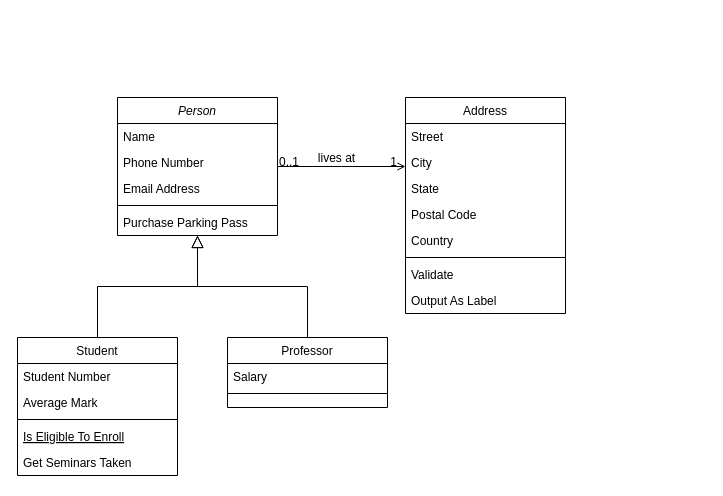
Above: DB_structure.drawio in AlyonkaB/-restaurant-kitchen-service (draw.io), before the change. Source tidied: cells renumbered, new cells numbered last; positions are measured from the earlier drawing's top-left corner, leaving out a move shared by most shapes. Both pictures are drawn from the tidied source at 100%, with x=0, y=0 at pixel (17, 97).
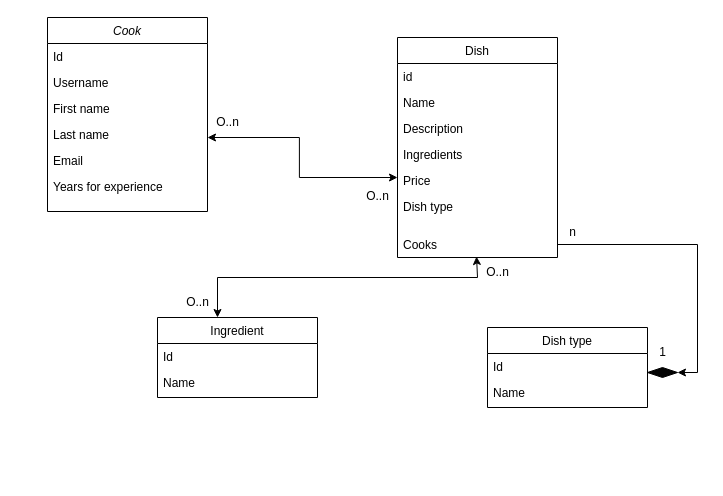
After the change.

The edit, as a diff of the source:
```diff
@@
-    <mxCell id="2" value="Person" style="swimlane;fontStyle=2;align=center;verticalAlign=top;horizontal=1;startSize=26;rounded=0;shadow=0;strokeWidth=1;" parent="1" vertex="1">
-      <mxGeometry x="100" width="160" height="138" as="geometry" />
+    <mxCell id="2" value="Cook" style="swimlane;fontStyle=2;align=center;verticalAlign=top;horizontal=1;startSize=26;rounded=0;shadow=0;strokeWidth=1;" parent="1" vertex="1">
+      <mxGeometry x="30" y="-80" width="160" height="194" as="geometry" />
     </mxCell>
-    <mxCell id="3" value="Name" style="text;align=left;verticalAlign=top;spacingLeft=4;spacingRight=4;overflow=hidden;" parent="2" vertex="1">
+    <mxCell id="3" value="Id" style="text;align=left;verticalAlign=top;spacingLeft=4;spacingRight=4;overflow=hidden;" parent="2" vertex="1">
       <mxGeometry y="26" width="160" height="26" as="geometry" />
     </mxCell>
-    <mxCell id="4" value="Phone Number" style="text;align=left;verticalAlign=top;spacingLeft=4;spacingRight=4;overflow=hidden;rounded=0;shadow=0;html=0;" parent="2" vertex="1">
+    <mxCell id="4" value="Username" style="text;align=left;verticalAlign=top;spacingLeft=4;spacingRight=4;overflow=hidden;rounded=0;shadow=0;html=0;" parent="2" vertex="1">
       <mxGeometry y="52" width="160" height="26" as="geometry" />
     </mxCell>
-    <mxCell id="5" value="Email Address" style="text;align=left;verticalAlign=top;spacingLeft=4;spacingRight=4;overflow=hidden;rounded=0;shadow=0;html=0;" parent="2" vertex="1">
+    <mxCell id="5" value="First name" style="text;align=left;verticalAlign=top;spacingLeft=4;spacingRight=4;overflow=hidden;rounded=0;shadow=0;html=0;" parent="2" vertex="1">
       <mxGeometry y="78" width="160" height="26" as="geometry" />
     </mxCell>
-    <mxCell id="6" style="line;html=1;strokeWidth=1;align=left;verticalAlign=middle;spacingTop=-1;spacingLeft=3;spacingRight=3;labelPosition=right;" parent="2" vertex="1">
-      <mxGeometry y="104" width="160" height="8" as="geometry" />
-    </mxCell>
-    <mxCell id="7" value="Purchase Parking Pass" style="text;align=left;verticalAlign=top;spacingLeft=4;spacingRight=4;overflow=hidden;" parent="2" vertex="1">
-      <mxGeometry y="112" width="160" height="26" as="geometry" />
-    </mxCell>
+    <mxCell id="32" value="Last name" style="text;align=left;verticalAlign=top;spacingLeft=4;spacingRight=4;overflow=hidden;rounded=0;shadow=0;html=0;" parent="2" vertex="1">
+      <mxGeometry y="104" width="160" height="26" as="geometry" />
+    </mxCell>
+    <mxCell id="33" value="Email" style="text;align=left;verticalAlign=top;spacingLeft=4;spacingRight=4;overflow=hidden;rounded=0;shadow=0;html=0;" parent="2" vertex="1">
+      <mxGeometry y="130" width="160" height="26" as="geometry" />
+    </mxCell>
+    <mxCell id="34" value="Years for experience" style="text;align=left;verticalAlign=top;spacingLeft=4;spacingRight=4;overflow=hidden;rounded=0;shadow=0;html=0;" parent="2" vertex="1">
+      <mxGeometry y="156" width="160" height="26" as="geometry" />
+    </mxCell>
-    <mxCell id="8" value="Student" style="swimlane;fontStyle=0;align=center;verticalAlign=top;horizontal=1;startSize=26;rounded=0;shadow=0;strokeWidth=1;" parent="1" vertex="1">
-      <mxGeometry y="240" width="160" height="138" as="geometry" />
+    <mxCell id="8" value="Ingredient" style="swimlane;fontStyle=0;align=center;verticalAlign=top;horizontal=1;startSize=26;rounded=0;shadow=0;strokeWidth=1;" parent="1" vertex="1">
+      <mxGeometry x="140" y="220" width="160" height="80" as="geometry" />
     </mxCell>
-    <mxCell id="9" value="Student Number" style="text;align=left;verticalAlign=top;spacingLeft=4;spacingRight=4;overflow=hidden;" parent="8" vertex="1">
+    <mxCell id="9" value="Id" style="text;align=left;verticalAlign=top;spacingLeft=4;spacingRight=4;overflow=hidden;" parent="8" vertex="1">
       <mxGeometry y="26" width="160" height="26" as="geometry" />
     </mxCell>
-    <mxCell id="10" value="Average Mark" style="text;align=left;verticalAlign=top;spacingLeft=4;spacingRight=4;overflow=hidden;rounded=0;shadow=0;html=0;" parent="8" vertex="1">
+    <mxCell id="10" value="Name" style="text;align=left;verticalAlign=top;spacingLeft=4;spacingRight=4;overflow=hidden;rounded=0;shadow=0;html=0;" parent="8" vertex="1">
       <mxGeometry y="52" width="160" height="26" as="geometry" />
     </mxCell>
-    <mxCell id="11" style="line;html=1;strokeWidth=1;align=left;verticalAlign=middle;spacingTop=-1;spacingLeft=3;spacingRight=3;labelPosition=right;" parent="8" vertex="1">
-      <mxGeometry y="78" width="160" height="8" as="geometry" />
-    </mxCell>
-    <mxCell id="12" value="Is Eligible To Enroll" style="text;align=left;verticalAlign=top;spacingLeft=4;spacingRight=4;overflow=hidden;fontStyle=4;" parent="8" vertex="1">
-      <mxGeometry y="86" width="160" height="26" as="geometry" />
-    </mxCell>
-    <mxCell id="13" value="Get Seminars Taken" style="text;align=left;verticalAlign=top;spacingLeft=4;spacingRight=4;overflow=hidden;" parent="8" vertex="1">
-      <mxGeometry y="112" width="160" height="26" as="geometry" />
-    </mxCell>
-    <mxCell id="14" style="endArrow=block;endSize=10;endFill=0;shadow=0;strokeWidth=1;rounded=0;curved=0;edgeStyle=elbowEdgeStyle;elbow=vertical;" parent="1" edge="1" source="8" target="2">
-      <mxGeometry relative="1" as="geometry" />
-    </mxCell>
-    <mxCell id="15" value="Professor" style="swimlane;fontStyle=0;align=center;verticalAlign=top;horizontal=1;startSize=26;rounded=0;shadow=0;strokeWidth=1;" parent="1" vertex="1">
-      <mxGeometry x="210" y="240" width="160" height="70" as="geometry" />
+    <mxCell id="15" value="Dish type" style="swimlane;fontStyle=0;align=center;verticalAlign=top;horizontal=1;startSize=26;rounded=0;shadow=0;strokeWidth=1;" parent="1" vertex="1">
+      <mxGeometry x="470" y="230" width="160" height="80" as="geometry" />
     </mxCell>
-    <mxCell id="16" value="Salary" style="text;align=left;verticalAlign=top;spacingLeft=4;spacingRight=4;overflow=hidden;" parent="15" vertex="1">
+    <mxCell id="16" value="Id" style="text;align=left;verticalAlign=top;spacingLeft=4;spacingRight=4;overflow=hidden;" parent="15" vertex="1">
       <mxGeometry y="26" width="160" height="26" as="geometry" />
     </mxCell>
-    <mxCell id="17" style="line;html=1;strokeWidth=1;align=left;verticalAlign=middle;spacingTop=-1;spacingLeft=3;spacingRight=3;labelPosition=right;" parent="15" vertex="1">
-      <mxGeometry y="52" width="160" height="8" as="geometry" />
-    </mxCell>
-    <mxCell id="18" style="endArrow=block;endSize=10;endFill=0;shadow=0;strokeWidth=1;rounded=0;curved=0;edgeStyle=elbowEdgeStyle;elbow=vertical;" parent="1" edge="1" source="15" target="2">
-      <mxGeometry relative="1" as="geometry" />
-    </mxCell>
+    <mxCell id="35" value="Name" style="text;align=left;verticalAlign=top;spacingLeft=4;spacingRight=4;overflow=hidden;" parent="15" vertex="1">
+      <mxGeometry y="52" width="160" height="26" as="geometry" />
+    </mxCell>
-    <mxCell id="19" value="Address" style="swimlane;fontStyle=0;align=center;verticalAlign=top;horizontal=1;startSize=26;rounded=0;shadow=0;strokeWidth=1;" parent="1" vertex="1">
-      <mxGeometry x="388" width="160" height="216" as="geometry" />
+    <mxCell id="19" value="Dish" style="swimlane;fontStyle=0;align=center;verticalAlign=top;horizontal=1;startSize=26;rounded=0;shadow=0;strokeWidth=1;" parent="1" vertex="1">
+      <mxGeometry x="380" y="-60" width="160" height="220" as="geometry" />
     </mxCell>
-    <mxCell id="20" value="Street" style="text;align=left;verticalAlign=top;spacingLeft=4;spacingRight=4;overflow=hidden;" parent="19" vertex="1">
+    <mxCell id="20" value="id" style="text;align=left;verticalAlign=top;spacingLeft=4;spacingRight=4;overflow=hidden;" parent="19" vertex="1">
       <mxGeometry y="26" width="160" height="26" as="geometry" />
     </mxCell>
-    <mxCell id="21" value="City" style="text;align=left;verticalAlign=top;spacingLeft=4;spacingRight=4;overflow=hidden;rounded=0;shadow=0;html=0;" parent="19" vertex="1">
+    <mxCell id="21" value="Name" style="text;align=left;verticalAlign=top;spacingLeft=4;spacingRight=4;overflow=hidden;rounded=0;shadow=0;html=0;" parent="19" vertex="1">
       <mxGeometry y="52" width="160" height="26" as="geometry" />
     </mxCell>
-    <mxCell id="22" value="State" style="text;align=left;verticalAlign=top;spacingLeft=4;spacingRight=4;overflow=hidden;rounded=0;shadow=0;html=0;" parent="19" vertex="1">
+    <mxCell id="22" value="Description" style="text;align=left;verticalAlign=top;spacingLeft=4;spacingRight=4;overflow=hidden;rounded=0;shadow=0;html=0;" parent="19" vertex="1">
       <mxGeometry y="78" width="160" height="26" as="geometry" />
     </mxCell>
-    <mxCell id="23" value="Postal Code" style="text;align=left;verticalAlign=top;spacingLeft=4;spacingRight=4;overflow=hidden;rounded=0;shadow=0;html=0;" parent="19" vertex="1">
+    <mxCell id="23" value="Ingredients" style="text;align=left;verticalAlign=top;spacingLeft=4;spacingRight=4;overflow=hidden;rounded=0;shadow=0;html=0;" parent="19" vertex="1">
       <mxGeometry y="104" width="160" height="26" as="geometry" />
     </mxCell>
-    <mxCell id="24" value="Country" style="text;align=left;verticalAlign=top;spacingLeft=4;spacingRight=4;overflow=hidden;rounded=0;shadow=0;html=0;" parent="19" vertex="1">
+    <mxCell id="24" value="Price" style="text;align=left;verticalAlign=top;spacingLeft=4;spacingRight=4;overflow=hidden;rounded=0;shadow=0;html=0;" parent="19" vertex="1">
       <mxGeometry y="130" width="160" height="26" as="geometry" />
     </mxCell>
-    <mxCell id="25" style="line;html=1;strokeWidth=1;align=left;verticalAlign=middle;spacingTop=-1;spacingLeft=3;spacingRight=3;labelPosition=right;" parent="19" vertex="1">
-      <mxGeometry y="156" width="160" height="8" as="geometry" />
-    </mxCell>
-    <mxCell id="26" value="Validate" style="text;align=left;verticalAlign=top;spacingLeft=4;spacingRight=4;overflow=hidden;" parent="19" vertex="1">
-      <mxGeometry y="164" width="160" height="26" as="geometry" />
+    <mxCell id="26" value="Dish type" style="text;align=left;verticalAlign=top;spacingLeft=4;spacingRight=4;overflow=hidden;" parent="19" vertex="1">
+      <mxGeometry y="156" width="160" height="38" as="geometry" />
     </mxCell>
-    <mxCell id="27" value="Output As Label" style="text;align=left;verticalAlign=top;spacingLeft=4;spacingRight=4;overflow=hidden;points=[[0,0.5],[1,0.5]];portConstraint=eastwest;" parent="19" vertex="1">
-      <mxGeometry y="190" width="160" height="26" as="geometry" />
+    <mxCell id="27" value="Cooks" style="text;align=left;verticalAlign=top;spacingLeft=4;spacingRight=4;overflow=hidden;points=[[0,0.5],[1,0.5]];portConstraint=eastwest;" parent="19" vertex="1">
+      <mxGeometry y="194" width="160" height="26" as="geometry" />
     </mxCell>
-    <mxCell id="28" style="endArrow=open;shadow=0;strokeWidth=1;rounded=0;curved=0;endFill=1;edgeStyle=elbowEdgeStyle;elbow=vertical;" parent="1" edge="1" source="2" target="19">
-      <mxGeometry x="0.5" y="41" relative="1" as="geometry">
-        <mxPoint x="-40" y="32" as="offset" />
-      </mxGeometry>
-    </mxCell>
-    <mxCell id="29" value="0..1" style="align=left;verticalAlign=bottom;labelBackgroundColor=none;fontSize=12;" parent="28" vertex="1">
-      <mxGeometry x="-1" relative="1" as="geometry">
-        <mxPoint y="4" as="offset" />
-      </mxGeometry>
-    </mxCell>
+    <mxCell id="36" style="edgeStyle=orthogonalEdgeStyle;rounded=0;jettySize=auto;html=1;entryX=1;entryY=0.5;entryDx=0;entryDy=0;" parent="1" edge="1" source="27" target="37">
+      <mxGeometry relative="1" as="geometry" />
+    </mxCell>
+    <mxCell id="37" style="rhombus;whiteSpace=wrap;html=1;fillColor=#030303;" parent="1" vertex="1">
+      <mxGeometry x="630" y="270" width="30" height="10" as="geometry" />
+    </mxCell>
+    <mxCell id="38" style="endArrow=classic;startArrow=classic;html=1;rounded=0;" parent="1" edge="1">
+      <mxGeometry relative="1" as="geometry">
+        <mxPoint x="190" y="40" as="sourcePoint" />
+        <mxPoint x="380" y="80" as="targetPoint" />
+        <Array as="points">
+          <mxPoint x="281.9" y="40" />
+          <mxPoint x="281.9" y="80" />
+        </Array>
+      </mxGeometry>
+    </mxCell>
+    <mxCell id="39" style="endArrow=classic;startArrow=classic;html=1;rounded=0;entryX=0.494;entryY=0.962;entryDx=0;entryDy=0;entryPerimeter=0;" parent="1" edge="1" target="27">
+      <mxGeometry relative="1" as="geometry">
+        <mxPoint x="200" y="220" as="sourcePoint" />
+        <Array as="points">
+          <mxPoint x="200" y="180" />
+          <mxPoint x="460" y="180" />
+        </Array>
+      </mxGeometry>
+    </mxCell>
+    <mxCell id="40" value="O..n" style="text;html=1;align=center;verticalAlign=middle;strokeColor=none;fillColor=none;" parent="1" vertex="1">
+      <mxGeometry x="185" y="10" width="50" height="30" as="geometry" />
+    </mxCell>
+    <mxCell id="41" value="O..n" style="text;html=1;align=center;verticalAlign=middle;strokeColor=none;fillColor=none;" parent="1" vertex="1">
+      <mxGeometry x="335" y="84" width="50" height="30" as="geometry" />
+    </mxCell>
+    <mxCell id="42" value="O..n" style="text;html=1;align=center;verticalAlign=middle;strokeColor=none;fillColor=none;" parent="1" vertex="1">
+      <mxGeometry x="155" y="190" width="50" height="30" as="geometry" />
+    </mxCell>
+    <mxCell id="43" value="O..n" style="text;html=1;align=center;verticalAlign=middle;strokeColor=none;fillColor=none;" parent="1" vertex="1">
+      <mxGeometry x="455" y="160" width="50" height="30" as="geometry" />
+    </mxCell>
+    <mxCell id="44" value="n" style="text;html=1;align=center;verticalAlign=middle;strokeColor=none;fillColor=none;" parent="1" vertex="1">
+      <mxGeometry x="540" y="120" width="30" height="30" as="geometry" />
+    </mxCell>
-    <mxCell id="30" value="1" style="align=right;verticalAlign=bottom;labelBackgroundColor=none;fontSize=12;" parent="28" vertex="1">
-      <mxGeometry x="1" relative="1" as="geometry">
-        <mxPoint x="-7" y="4" as="offset" />
-      </mxGeometry>
+    <mxCell id="30" value="1" style="text;html=1;align=center;verticalAlign=middle;strokeColor=none;fillColor=none;" parent="1" vertex="1">
+      <mxGeometry x="630" y="240" width="30" height="30" as="geometry" />
     </mxCell>
-    <mxCell id="31" value="lives at" style="text;html=1;align=center;verticalAlign=middle;labelBackgroundColor=none;rounded=0;shadow=0;strokeWidth=1;fontSize=12;" parent="28" vertex="1">
-      <mxGeometry x="0.5" y="49" relative="1" as="geometry">
-        <mxPoint x="-38" y="40" as="offset" />
-      </mxGeometry>
-    </mxCell>
```
